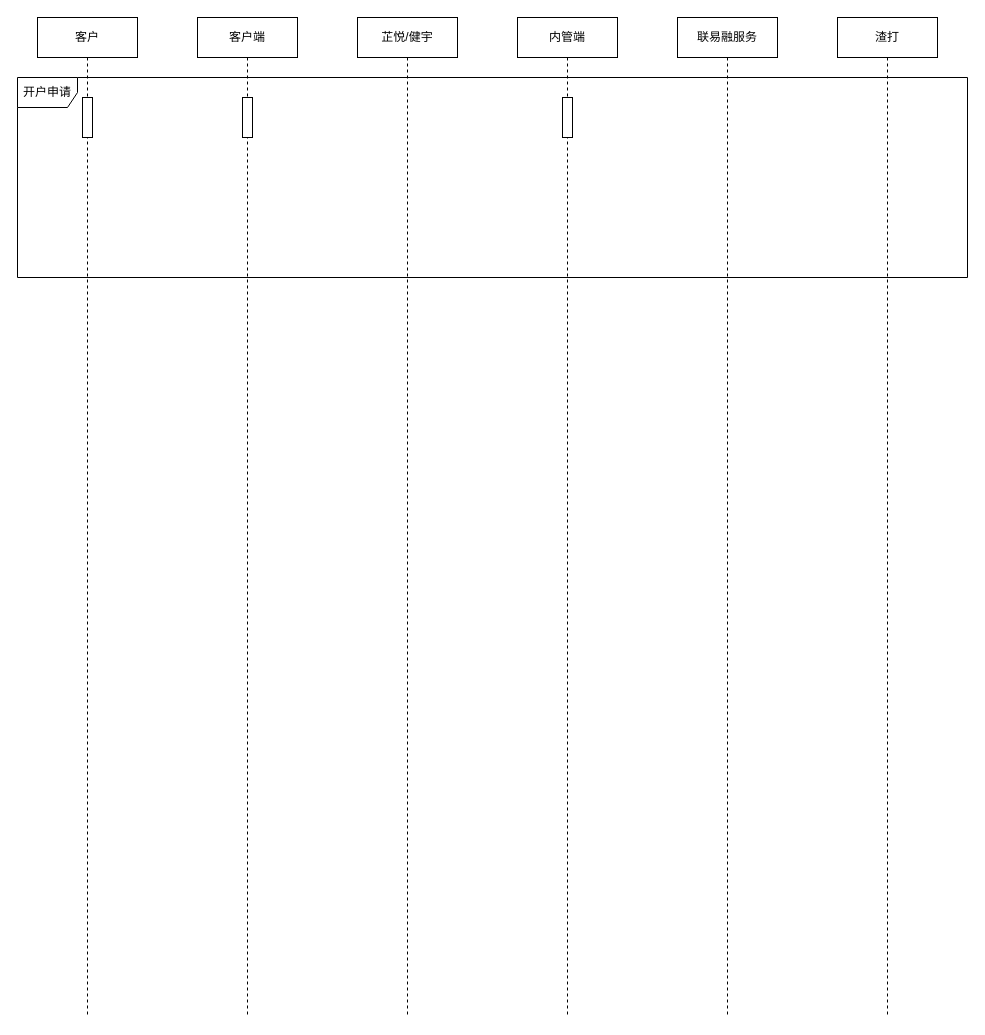
0573xieguojia/To-program keeps this draw.io diagram as LLSI/账户开户状态.drawio. Above is the earlier version. Source tidied: cells renumbered, new cells numbered last; positions are measured from the earlier drawing's top-left corner, leaving out a move shared by most shapes. Both pictures are drawn from the tidied source at 100%, with x=0, y=0 at pixel (17, 17).
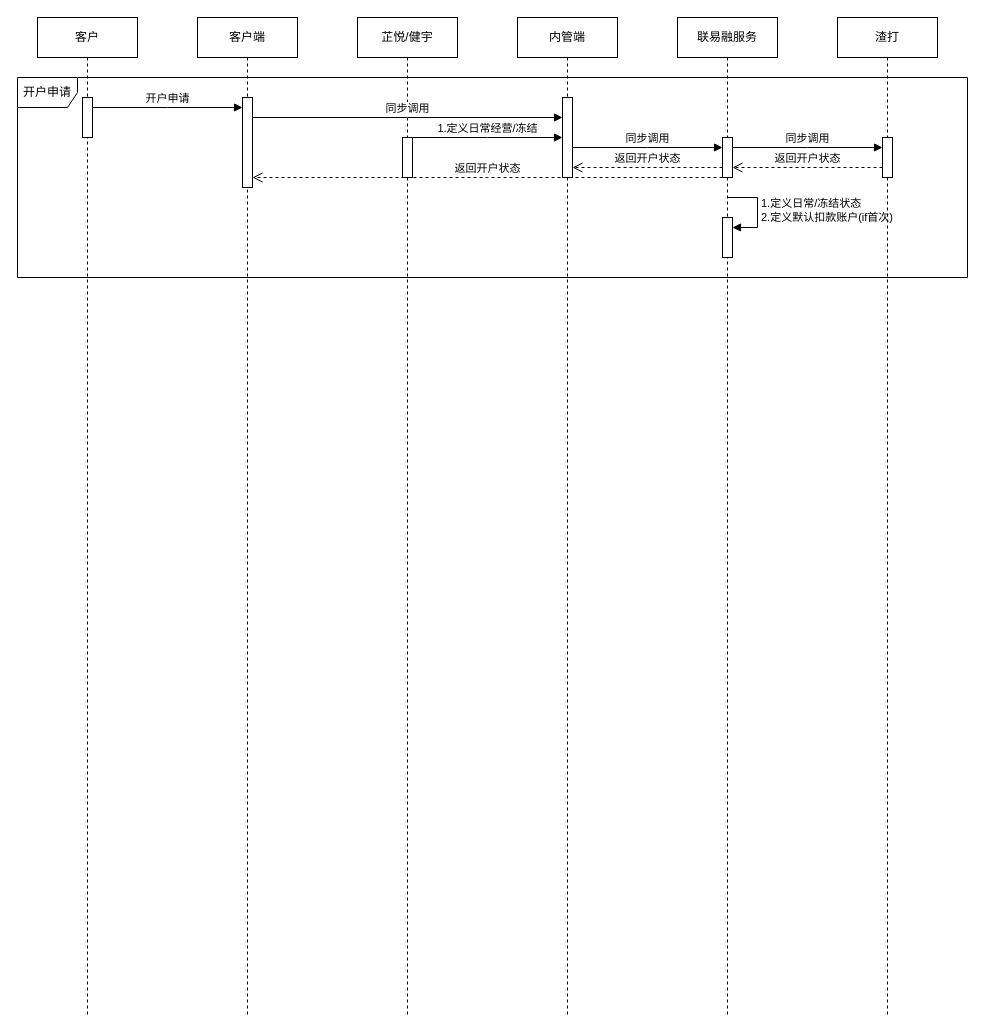
Above is the later version.

Commit message (it also covers changes not shown here):
更新账户开户状态.drawio

Unchanged cells that the change refers to:
```xml
<mxCell id="4" value="客户端" style="shape=umlLifeline;perimeter=lifelinePerimeter;whiteSpace=wrap;html=1;newEdgeStyle={&quot;edgeStyle&quot;:&quot;elbowEdgeStyle&quot;,&quot;elbow&quot;:&quot;vertical&quot;,&quot;curved&quot;:0,&quot;rounded&quot;:0};" parent="1" vertex="1">
  <mxGeometry x="180" width="100" height="1000" as="geometry" />
</mxCell>
<mxCell id="6" value="内管端" style="shape=umlLifeline;perimeter=lifelinePerimeter;whiteSpace=wrap;html=1;newEdgeStyle={&quot;edgeStyle&quot;:&quot;elbowEdgeStyle&quot;,&quot;elbow&quot;:&quot;vertical&quot;,&quot;curved&quot;:0,&quot;rounded&quot;:0};" parent="1" vertex="1">
  <mxGeometry x="500" width="100" height="1000" as="geometry" />
</mxCell>
<mxCell id="8" value="联易融服务" style="shape=umlLifeline;perimeter=lifelinePerimeter;whiteSpace=wrap;html=1;newEdgeStyle={&quot;edgeStyle&quot;:&quot;elbowEdgeStyle&quot;,&quot;elbow&quot;:&quot;vertical&quot;,&quot;curved&quot;:0,&quot;rounded&quot;:0};" parent="1" vertex="1">
  <mxGeometry x="660" width="100" height="1000" as="geometry" />
</mxCell>
<mxCell id="10" value="芷悦/健宇" style="shape=umlLifeline;perimeter=lifelinePerimeter;whiteSpace=wrap;html=1;newEdgeStyle={&quot;edgeStyle&quot;:&quot;elbowEdgeStyle&quot;,&quot;elbow&quot;:&quot;vertical&quot;,&quot;curved&quot;:0,&quot;rounded&quot;:0};" parent="1" vertex="1">
  <mxGeometry x="340" width="100" height="1000" as="geometry" />
</mxCell>
```

Diff of the diagram source:
```diff
@@
     <mxCell id="5" style="html=1;points=[];perimeter=orthogonalPerimeter;outlineConnect=0;targetShapes=umlLifeline;portConstraint=eastwest;newEdgeStyle={&quot;edgeStyle&quot;:&quot;elbowEdgeStyle&quot;,&quot;elbow&quot;:&quot;vertical&quot;,&quot;curved&quot;:0,&quot;rounded&quot;:0};" parent="4" vertex="1">
-      <mxGeometry x="45" y="80" width="10" height="40" as="geometry" />
+      <mxGeometry x="45" y="80" width="10" height="90" as="geometry" />
     </mxCell>
@@
     <mxCell id="7" style="html=1;points=[];perimeter=orthogonalPerimeter;outlineConnect=0;targetShapes=umlLifeline;portConstraint=eastwest;newEdgeStyle={&quot;edgeStyle&quot;:&quot;elbowEdgeStyle&quot;,&quot;elbow&quot;:&quot;vertical&quot;,&quot;curved&quot;:0,&quot;rounded&quot;:0};" parent="6" vertex="1">
-      <mxGeometry x="45" y="80" width="10" height="40" as="geometry" />
+      <mxGeometry x="45" y="80" width="10" height="80" as="geometry" />
     </mxCell>
@@
+    <mxCell id="12" style="html=1;perimeter=orthogonalPerimeter;targetShapes=umlLifeline;newEdgeStyle={&quot;edgeStyle&quot;:&quot;elbowEdgeStyle&quot;,&quot;elbow&quot;:&quot;vertical&quot;,&quot;curved&quot;:0,&quot;rounded&quot;:0};" parent="8" vertex="1">
+      <mxGeometry x="45" y="120" width="10" height="40" as="geometry" />
+    </mxCell>
+    <mxCell id="13" style="html=1;points=[];perimeter=orthogonalPerimeter;outlineConnect=0;targetShapes=umlLifeline;portConstraint=eastwest;newEdgeStyle={&quot;edgeStyle&quot;:&quot;elbowEdgeStyle&quot;,&quot;elbow&quot;:&quot;vertical&quot;,&quot;curved&quot;:0,&quot;rounded&quot;:0};" parent="8" vertex="1">
+      <mxGeometry x="45" y="200" width="10" height="40" as="geometry" />
+    </mxCell>
+    <mxCell id="14" value="1.定义日常/冻结状态&lt;br&gt;2.定义默认扣款账户(if首次)" style="html=1;align=left;spacingLeft=2;endArrow=block;rounded=0;edgeStyle=orthogonalEdgeStyle;curved=0;rounded=0;" parent="8" edge="1" target="13">
+      <mxGeometry relative="1" as="geometry">
+        <mxPoint x="50" y="180" as="sourcePoint" />
+        <Array as="points">
+          <mxPoint x="80" y="210" />
+        </Array>
+      </mxGeometry>
+    </mxCell>
@@
+    <mxCell id="15" style="html=1;perimeter=orthogonalPerimeter;targetShapes=umlLifeline;newEdgeStyle={&quot;edgeStyle&quot;:&quot;elbowEdgeStyle&quot;,&quot;elbow&quot;:&quot;vertical&quot;,&quot;curved&quot;:0,&quot;rounded&quot;:0};" parent="10" vertex="1">
+      <mxGeometry x="45" y="120" width="10" height="40" as="geometry" />
+    </mxCell>
@@
+    <mxCell id="16" value="开户申请" style="html=1;verticalAlign=bottom;endArrow=block;edgeStyle=elbowEdgeStyle;elbow=vertical;curved=0;rounded=0;" parent="1" edge="1" target="5">
+      <mxGeometry relative="1" as="geometry">
+        <mxPoint x="75" y="90" as="sourcePoint" />
+      </mxGeometry>
+    </mxCell>
+    <mxCell id="17" value="同步调用" style="html=1;verticalAlign=bottom;endArrow=block;edgeStyle=elbowEdgeStyle;elbow=vertical;curved=0;rounded=0;" parent="1" edge="1" target="7">
+      <mxGeometry relative="1" as="geometry">
+        <mxPoint x="235" y="100" as="sourcePoint" />
+      </mxGeometry>
+    </mxCell>
+    <mxCell id="18" value="1.定义日常经营/冻结" style="html=1;verticalAlign=bottom;endArrow=block;edgeStyle=elbowEdgeStyle;elbow=vertical;curved=0;rounded=0;" parent="1" edge="1">
+      <mxGeometry relative="1" as="geometry">
+        <mxPoint x="395" y="120" as="sourcePoint" />
+        <mxPoint x="545" y="120" as="targetPoint" />
+      </mxGeometry>
+    </mxCell>
+    <mxCell id="19" value="同步调用" style="html=1;verticalAlign=bottom;endArrow=block;edgeStyle=elbowEdgeStyle;elbow=vertical;curved=0;rounded=0;" parent="1" edge="1">
+      <mxGeometry relative="1" as="geometry">
+        <mxPoint x="555" y="130" as="sourcePoint" />
+        <mxPoint x="705" y="130" as="targetPoint" />
+      </mxGeometry>
+    </mxCell>
+    <mxCell id="20" style="html=1;perimeter=orthogonalPerimeter;targetShapes=umlLifeline;newEdgeStyle={&quot;edgeStyle&quot;:&quot;elbowEdgeStyle&quot;,&quot;elbow&quot;:&quot;vertical&quot;,&quot;curved&quot;:0,&quot;rounded&quot;:0};" parent="1" vertex="1">
+      <mxGeometry x="865" y="120" width="10" height="40" as="geometry" />
+    </mxCell>
+    <mxCell id="21" value="同步调用" style="html=1;verticalAlign=bottom;endArrow=block;edgeStyle=elbowEdgeStyle;elbow=vertical;curved=0;rounded=0;" parent="1" edge="1">
+      <mxGeometry relative="1" as="geometry">
+        <mxPoint x="715" y="130" as="sourcePoint" />
+        <mxPoint x="865" y="130" as="targetPoint" />
+      </mxGeometry>
+    </mxCell>
+    <mxCell id="22" value="返回开户状态" style="html=1;verticalAlign=bottom;endArrow=open;dashed=1;endSize=8;edgeStyle=elbowEdgeStyle;elbow=vertical;curved=0;rounded=0;exitX=0.5;exitY=0.75;exitDx=0;exitDy=0;exitPerimeter=0;" parent="1" edge="1">
+      <mxGeometry relative="1" as="geometry">
+        <mxPoint x="865" y="150" as="sourcePoint" />
+        <mxPoint x="715" y="150" as="targetPoint" />
+      </mxGeometry>
+    </mxCell>
+    <mxCell id="23" value="返回开户状态" style="html=1;verticalAlign=bottom;endArrow=open;dashed=1;endSize=8;edgeStyle=elbowEdgeStyle;elbow=vertical;curved=0;rounded=0;exitX=0.5;exitY=0.75;exitDx=0;exitDy=0;exitPerimeter=0;" parent="1" edge="1">
+      <mxGeometry relative="1" as="geometry">
+        <mxPoint x="705" y="150" as="sourcePoint" />
+        <mxPoint x="555" y="150" as="targetPoint" />
+      </mxGeometry>
+    </mxCell>
+    <mxCell id="24" value="返回开户状态" style="html=1;verticalAlign=bottom;endArrow=open;dashed=1;endSize=8;edgeStyle=elbowEdgeStyle;elbow=vertical;curved=0;rounded=0;" parent="1" edge="1">
+      <mxGeometry relative="1" as="geometry">
+        <mxPoint x="705" y="160" as="sourcePoint" />
+        <mxPoint x="235" y="160" as="targetPoint" />
+      </mxGeometry>
+    </mxCell>
```
